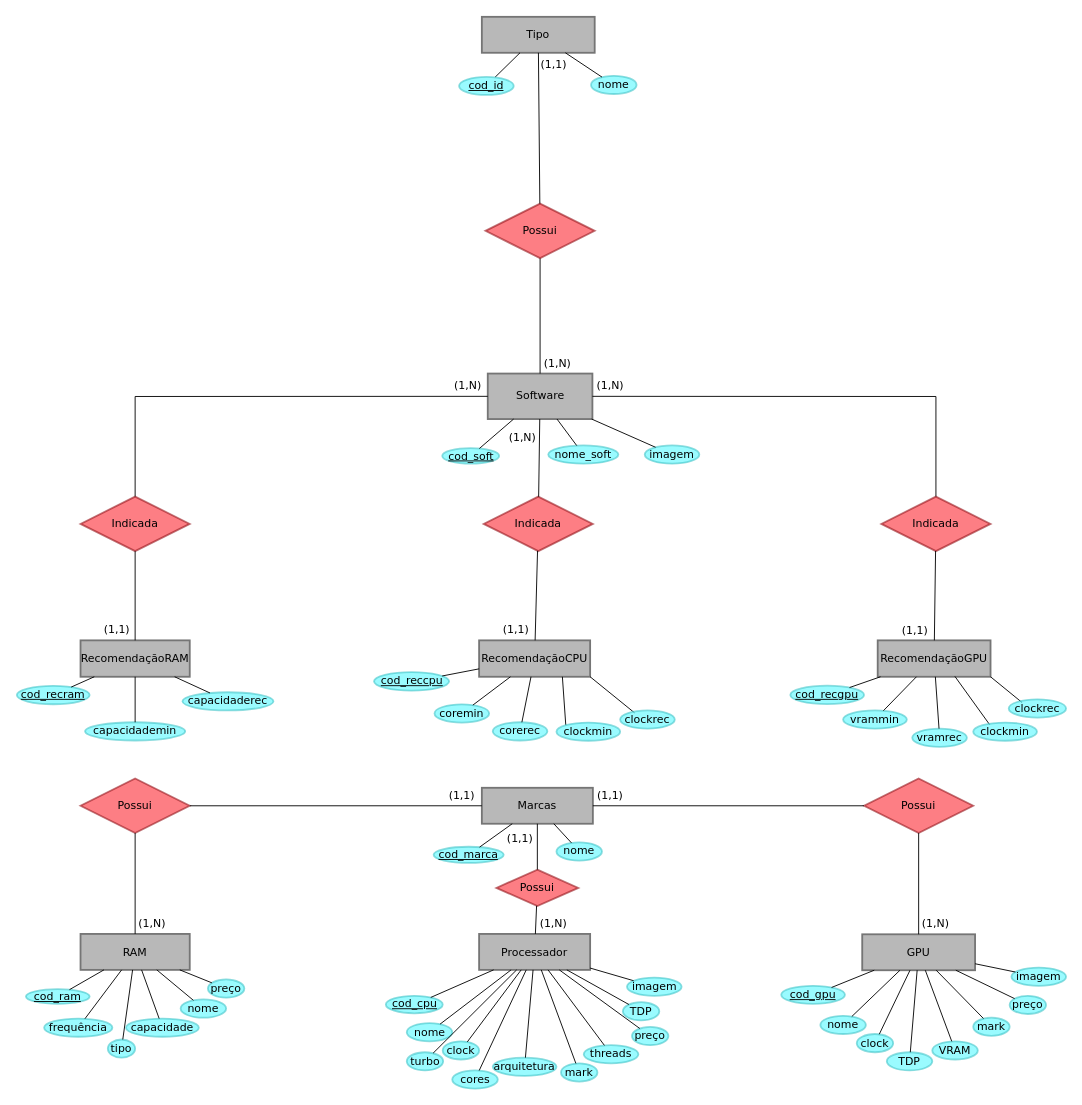
Above: page "DER" (1 of 2) of IFSP-PJI-G05-MODELOS/database model/Abstração do Banco de dados - GHYM.drawio in ProjectGHYM/IFSP-PJI2-GR05-GHYM_Hardware_Comparison (draw.io), before the change. Source tidied: cells renumbered, new cells numbered last; positions are measured from the earlier drawing's top-left corner, leaving out a move shared by most shapes. Both pictures are drawn from the tidied source at 91%, with x=0, y=0 at pixel (16, 16).
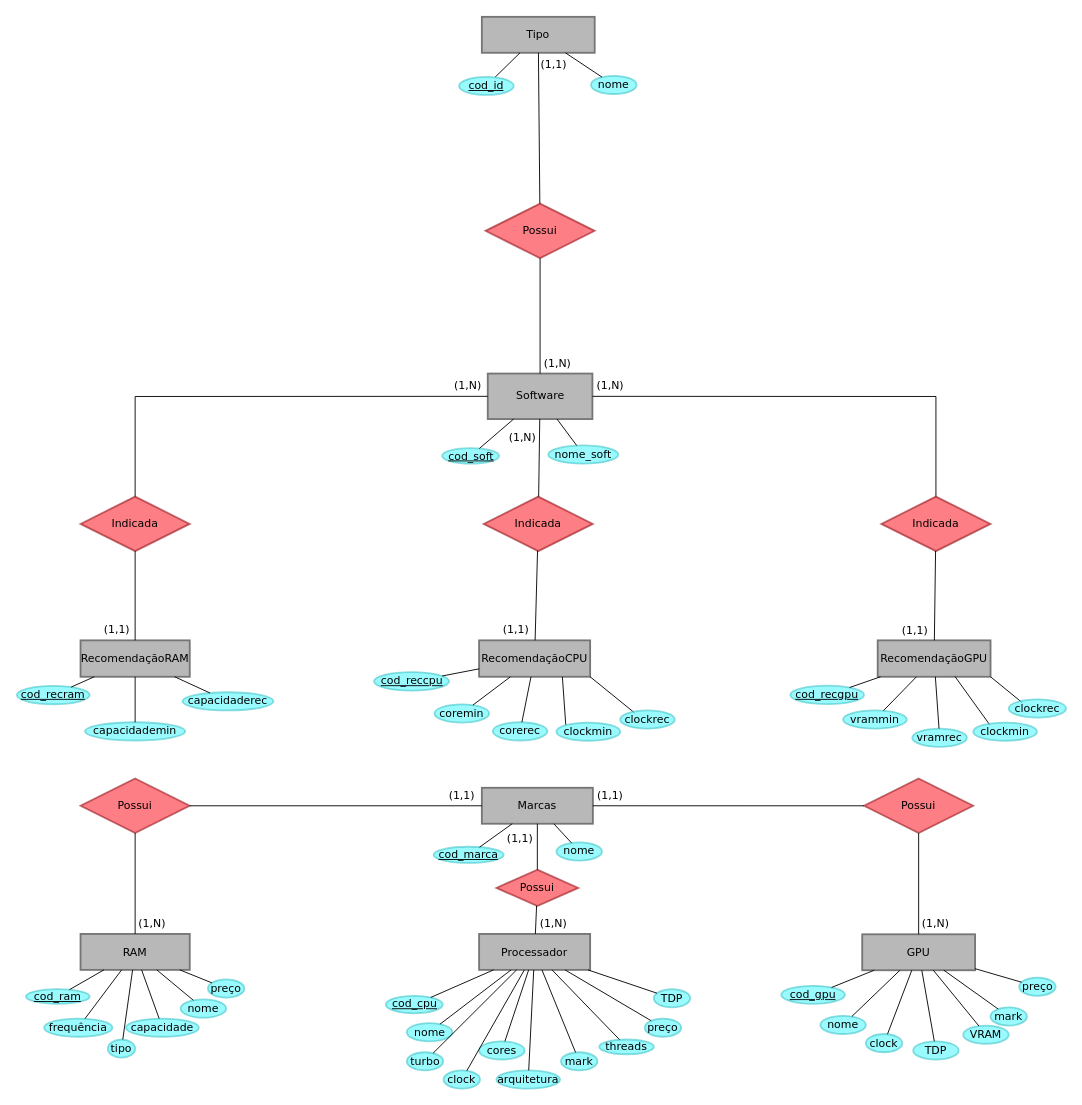
The same diagram, later.

The change refers to these unchanged cells:
```xml
<mxCell id="2" value="Processador" style="whiteSpace=wrap;html=1;align=center;gradientColor=none;rounded=0;glass=0;sketch=0;shadow=0;fontFamily=Verdana;fillColor=#B8B8B8;strokeColor=#757575;strokeWidth=2;" parent="1" vertex="1">
  <mxGeometry x="508" y="1007.8" width="122" height="39.5" as="geometry" />
</mxCell>
<mxCell id="11" value="Software" style="whiteSpace=wrap;html=1;align=center;rounded=0;shadow=0;glass=0;sketch=0;gradientColor=none;fontFamily=Verdana;fillColor=#B8B8B8;strokeColor=#757575;strokeWidth=2;" parent="1" vertex="1">
  <mxGeometry x="517.5" y="392" width="115" height="50" as="geometry" />
</mxCell>
<mxCell id="14" value="GPU" style="whiteSpace=wrap;html=1;align=center;shadow=0;fontFamily=Verdana;fillColor=#B8B8B8;strokeColor=#757575;strokeWidth=2;" parent="1" vertex="1">
  <mxGeometry x="929" y="1008.2" width="124" height="39.5" as="geometry" />
</mxCell>
```

The edit, as a diff of the source:
```diff
@@
     <mxCell id="5" value="clock" style="ellipse;whiteSpace=wrap;html=1;align=center;shadow=0;fontFamily=Verdana;fillColor=#57F9FF;strokeColor=#45C5C9;strokeWidth=2;opacity=60;" parent="1" vertex="1">
-      <mxGeometry x="468" y="1125.8" width="40" height="20" as="geometry" />
+      <mxGeometry x="469" y="1157.8" width="40" height="20" as="geometry" />
     </mxCell>
     <mxCell id="6" value="cores" style="ellipse;whiteSpace=wrap;html=1;align=center;shadow=0;fontFamily=Verdana;fillColor=#57F9FF;strokeColor=#45C5C9;strokeWidth=2;opacity=60;" parent="1" vertex="1">
-      <mxGeometry x="478.5" y="1157.8" width="50" height="20" as="geometry" />
+      <mxGeometry x="508" y="1125.8" width="50" height="20" as="geometry" />
     </mxCell>
     <mxCell id="7" value="arquitetura" style="ellipse;whiteSpace=wrap;html=1;align=center;shadow=0;fontFamily=Verdana;fillColor=#57F9FF;strokeColor=#45C5C9;strokeWidth=2;opacity=60;" parent="1" vertex="1">
-      <mxGeometry x="523" y="1143.8" width="70" height="20" as="geometry" />
+      <mxGeometry x="527" y="1157.8" width="70" height="20" as="geometry" />
     </mxCell>
     <mxCell id="8" value="threads" style="ellipse;whiteSpace=wrap;html=1;align=center;shadow=0;fontFamily=Verdana;fillColor=#57F9FF;strokeColor=#45C5C9;strokeWidth=2;opacity=60;" parent="1" vertex="1">
-      <mxGeometry x="623" y="1130" width="60" height="20" as="geometry" />
+      <mxGeometry x="640" y="1123.8" width="60" height="16.2" as="geometry" />
     </mxCell>
@@
     <mxCell id="10" value="mark" style="ellipse;whiteSpace=wrap;html=1;align=center;shadow=0;fontFamily=Verdana;fillColor=#57F9FF;strokeColor=#45C5C9;strokeWidth=2;opacity=60;" parent="1" vertex="1">
-      <mxGeometry x="598" y="1150" width="40" height="20" as="geometry" />
+      <mxGeometry x="598" y="1137.8" width="40" height="20" as="geometry" />
     </mxCell>
@@
     <mxCell id="15" value="VRAM" style="ellipse;whiteSpace=wrap;html=1;align=center;shadow=0;fontFamily=Verdana;fillColor=#57F9FF;strokeColor=#45C5C9;strokeWidth=2;opacity=60;" parent="1" vertex="1">
-      <mxGeometry x="1006" y="1125.8" width="50" height="20" as="geometry" />
+      <mxGeometry x="1040" y="1108.5" width="50" height="20" as="geometry" />
     </mxCell>
     <mxCell id="16" value="mark" style="ellipse;whiteSpace=wrap;html=1;align=center;shadow=0;fontFamily=Verdana;fillColor=#57F9FF;strokeColor=#45C5C9;strokeWidth=2;opacity=60;" parent="1" vertex="1">
-      <mxGeometry x="1051" y="1099.8" width="40" height="20" as="geometry" />
+      <mxGeometry x="1070" y="1088.5" width="40" height="20" as="geometry" />
     </mxCell>
@@
     <mxCell id="19" value="clock" style="ellipse;whiteSpace=wrap;html=1;align=center;shadow=0;fontFamily=Verdana;fillColor=#57F9FF;strokeColor=#45C5C9;strokeWidth=2;opacity=60;" parent="1" vertex="1">
-      <mxGeometry x="923" y="1117.8" width="40" height="20" as="geometry" />
+      <mxGeometry x="933" y="1117.8" width="40" height="20" as="geometry" />
     </mxCell>
     <mxCell id="20" value="TDP" style="ellipse;whiteSpace=wrap;html=1;align=center;shadow=0;fontFamily=Verdana;fillColor=#57F9FF;strokeColor=#45C5C9;strokeWidth=2;opacity=60;" parent="1" vertex="1">
-      <mxGeometry x="956" y="1137.8" width="50" height="20" as="geometry" />
+      <mxGeometry x="985" y="1125.8" width="50" height="20" as="geometry" />
     </mxCell>
     <mxCell id="21" value="preço" style="ellipse;whiteSpace=wrap;html=1;align=center;shadow=0;fontFamily=Verdana;fillColor=#57F9FF;strokeColor=#45C5C9;strokeWidth=2;opacity=60;" parent="1" vertex="1">
-      <mxGeometry x="676" y="1110" width="40" height="20" as="geometry" />
+      <mxGeometry x="690" y="1100.8" width="40" height="20" as="geometry" />
     </mxCell>
     <mxCell id="22" value="preço" style="ellipse;whiteSpace=wrap;html=1;align=center;shadow=0;fontFamily=Verdana;fillColor=#57F9FF;strokeColor=#45C5C9;strokeWidth=2;opacity=60;" parent="1" vertex="1">
-      <mxGeometry x="1091" y="1075.8" width="40" height="20" as="geometry" />
+      <mxGeometry x="1101.5" y="1055.8" width="40" height="20" as="geometry" />
     </mxCell>
@@
     <mxCell id="46" value="TDP" style="ellipse;whiteSpace=wrap;html=1;align=center;shadow=0;fontFamily=Verdana;fillColor=#57F9FF;strokeColor=#45C5C9;strokeWidth=2;opacity=60;" parent="1" vertex="1">
-      <mxGeometry x="666" y="1082.8" width="40" height="20" as="geometry" />
+      <mxGeometry x="700" y="1068.5" width="40" height="20" as="geometry" />
     </mxCell>
@@
-    <mxCell id="122" value="imagem" style="ellipse;whiteSpace=wrap;html=1;align=center;shadow=0;fontFamily=Verdana;fillColor=#57F9FF;strokeColor=#45C5C9;strokeWidth=2;opacity=60;" parent="1" vertex="1">
-      <mxGeometry x="670.5" y="1055.8" width="60" height="20" as="geometry" />
-    </mxCell>
-    <mxCell id="123" style="endArrow=none;html=1;rounded=0;" parent="1" edge="1" source="2" target="122">
-      <mxGeometry relative="1" as="geometry" />
-    </mxCell>
-    <mxCell id="124" value="imagem" style="ellipse;whiteSpace=wrap;html=1;align=center;shadow=0;fontFamily=Verdana;fillColor=#57F9FF;strokeColor=#45C5C9;strokeWidth=2;opacity=60;" parent="1" vertex="1">
-      <mxGeometry x="1093" y="1044.8" width="60" height="20" as="geometry" />
-    </mxCell>
-    <mxCell id="125" style="endArrow=none;html=1;rounded=0;" parent="1" edge="1" source="124" target="14">
-      <mxGeometry relative="1" as="geometry" />
-    </mxCell>
-    <mxCell id="126" value="imagem" style="ellipse;whiteSpace=wrap;html=1;align=center;shadow=0;fontFamily=Verdana;fillColor=#57F9FF;strokeColor=#45C5C9;strokeWidth=2;opacity=60;" parent="1" vertex="1">
-      <mxGeometry x="690" y="471" width="60" height="20" as="geometry" />
-    </mxCell>
-    <mxCell id="127" style="endArrow=none;html=1;rounded=0;" parent="1" edge="1" source="11" target="126">
-      <mxGeometry relative="1" as="geometry" />
-    </mxCell>
```
